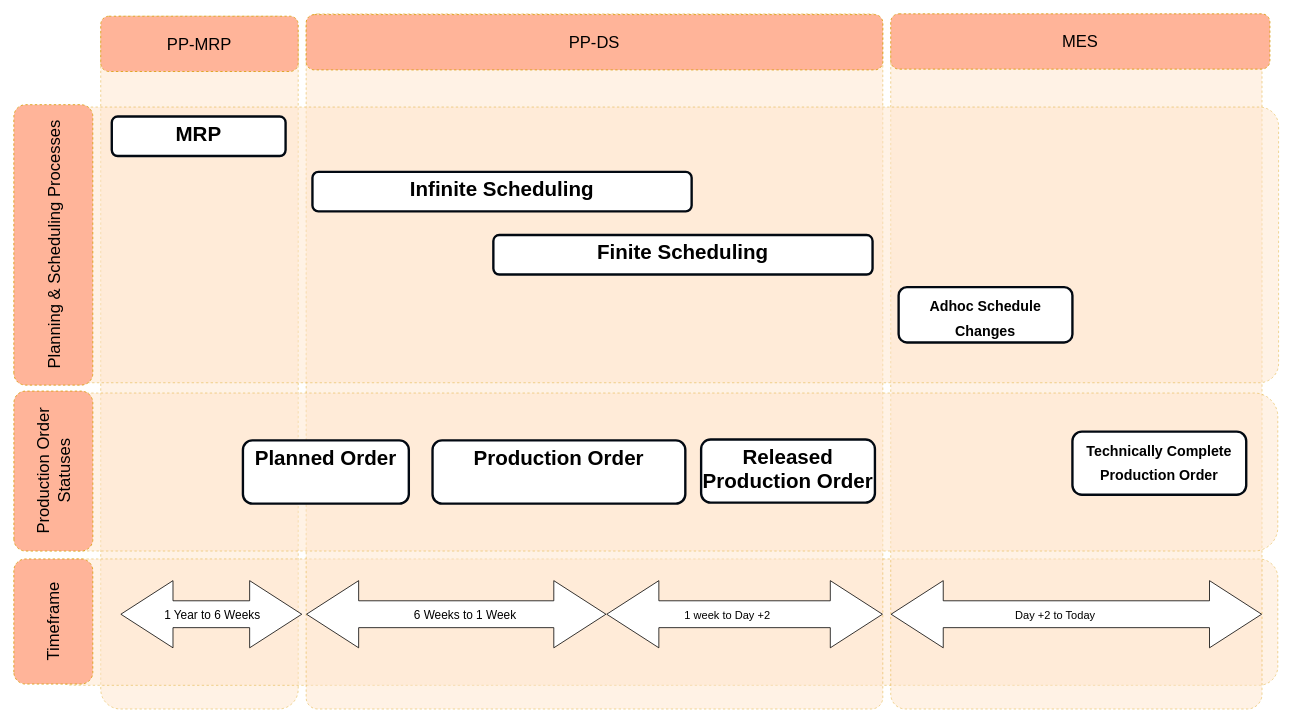
The draw.io diagram page "MRP SAP- All Scheduling MES" (4 of 6) of MES.drawio in mrf742002/Diagrams, before the edit. Source tidied: cells renumbered, new cells numbered last; positions are measured from the earlier drawing's top-left corner, leaving out a move shared by most shapes. Both pictures are drawn from the tidied source at 79%, with x=0, y=0 at pixel (-88, 13).
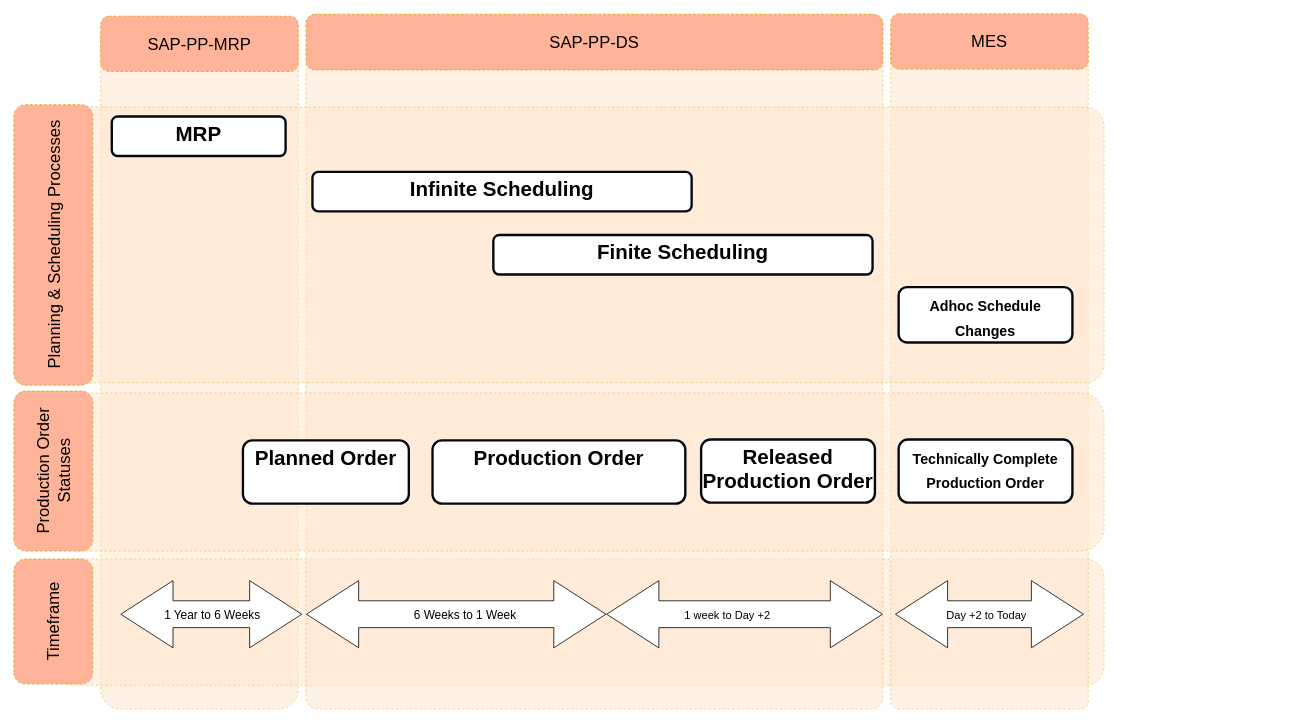
The same page after the edit.

The edit, as a diff of the source:
```diff
@@
     <mxCell id="3" style="rounded=1;whiteSpace=wrap;html=1;verticalAlign=top;strokeWidth=1;strokeColor=#d79b00;dashed=1;fillColor=#ffe6cc;opacity=50;" parent="1" vertex="1">
-      <mxGeometry x="178" y="690" width="1550" height="160" as="geometry" />
+      <mxGeometry x="178" y="690" width="1330" height="160" as="geometry" />
     </mxCell>
@@
     <mxCell id="5" style="rounded=1;whiteSpace=wrap;html=1;verticalAlign=top;strokeWidth=1;strokeColor=#d79b00;dashed=1;fillColor=#ffe6cc;opacity=50;arcSize=4;" parent="1" vertex="1">
-      <mxGeometry x="1238" y="30" width="470" height="850" as="geometry" />
+      <mxGeometry x="1238" y="30" width="250" height="850" as="geometry" />
     </mxCell>
     <mxCell id="6" style="rounded=1;whiteSpace=wrap;html=1;verticalAlign=top;strokeWidth=1;strokeColor=#d79b00;dashed=1;fillColor=#ffe6cc;opacity=50;" parent="1" vertex="1">
-      <mxGeometry x="178" y="480" width="1550" height="200" as="geometry" />
+      <mxGeometry x="178" y="480" width="1330" height="200" as="geometry" />
     </mxCell>
     <mxCell id="7" style="rounded=1;whiteSpace=wrap;html=1;verticalAlign=top;strokeWidth=1;strokeColor=#d79b00;dashed=1;fillColor=#ffe6cc;opacity=50;arcSize=7;" parent="1" vertex="1">
-      <mxGeometry x="189" y="118" width="1540" height="349" as="geometry" />
+      <mxGeometry x="189" y="118" width="1319" height="349" as="geometry" />
     </mxCell>
@@
     <mxCell id="11" value="&lt;b&gt;&lt;font style=&quot;font-size: 18px&quot;&gt;Technically Complete Production Order&lt;/font&gt;&lt;br style=&quot;font-size: 26px&quot;&gt;&lt;/b&gt;" style="rounded=1;whiteSpace=wrap;html=1;verticalAlign=top;strokeWidth=3;strokeColor=#020912;fontSize=26;" parent="1" vertex="1">
-      <mxGeometry x="1468" y="528.8" width="220" height="80" as="geometry" />
+      <mxGeometry x="1248" y="538.8" width="220" height="80" as="geometry" />
     </mxCell>
@@
-    <mxCell id="24" value="PP-DS" style="rounded=1;whiteSpace=wrap;html=1;verticalAlign=middle;strokeWidth=1;strokeColor=#d79b00;dashed=1;fillColor=#FFB499;rotation=0;fontSize=21;" parent="1" vertex="1">
+    <mxCell id="24" value="SAP-PP-DS" style="rounded=1;whiteSpace=wrap;html=1;verticalAlign=middle;strokeWidth=1;strokeColor=#d79b00;dashed=1;fillColor=#FFB499;rotation=0;fontSize=21;" parent="1" vertex="1">
       <mxGeometry x="498" y="1" width="730" height="70" as="geometry" />
     </mxCell>
     <mxCell id="25" value="MES" style="rounded=1;whiteSpace=wrap;html=1;verticalAlign=middle;strokeWidth=1;strokeColor=#d79b00;dashed=1;fillColor=#FFB499;rotation=0;fontSize=21;" parent="1" vertex="1">
-      <mxGeometry x="1238" width="480" height="70" as="geometry" />
+      <mxGeometry x="1238" width="250" height="70" as="geometry" />
     </mxCell>
     <mxCell id="26" style="shape=flexArrow;endArrow=classic;startArrow=classic;html=1;fontSize=34;endWidth=50;endSize=21.66;width=34;startWidth=50;startSize=21.66;fillColor=#ffffff;" parent="1" edge="1">
       <mxGeometry relative="1" as="geometry">
-        <mxPoint x="1238" y="760" as="sourcePoint" />
-        <mxPoint x="1708" y="760" as="targetPoint" />
+        <mxPoint x="1243.5" y="760" as="sourcePoint" />
+        <mxPoint x="1482.5" y="760" as="targetPoint" />
       </mxGeometry>
     </mxCell>
@@
-    <mxCell id="29" value="PP-MRP" style="rounded=1;whiteSpace=wrap;html=1;verticalAlign=middle;strokeWidth=1;strokeColor=#d79b00;dashed=1;fillColor=#FFB499;rotation=0;fontSize=21;" parent="1" vertex="1">
+    <mxCell id="29" value="SAP-PP-MRP" style="rounded=1;whiteSpace=wrap;html=1;verticalAlign=middle;strokeWidth=1;strokeColor=#d79b00;dashed=1;fillColor=#FFB499;rotation=0;fontSize=21;" parent="1" vertex="1">
       <mxGeometry x="238" y="3" width="250" height="70" as="geometry" />
     </mxCell>
```
